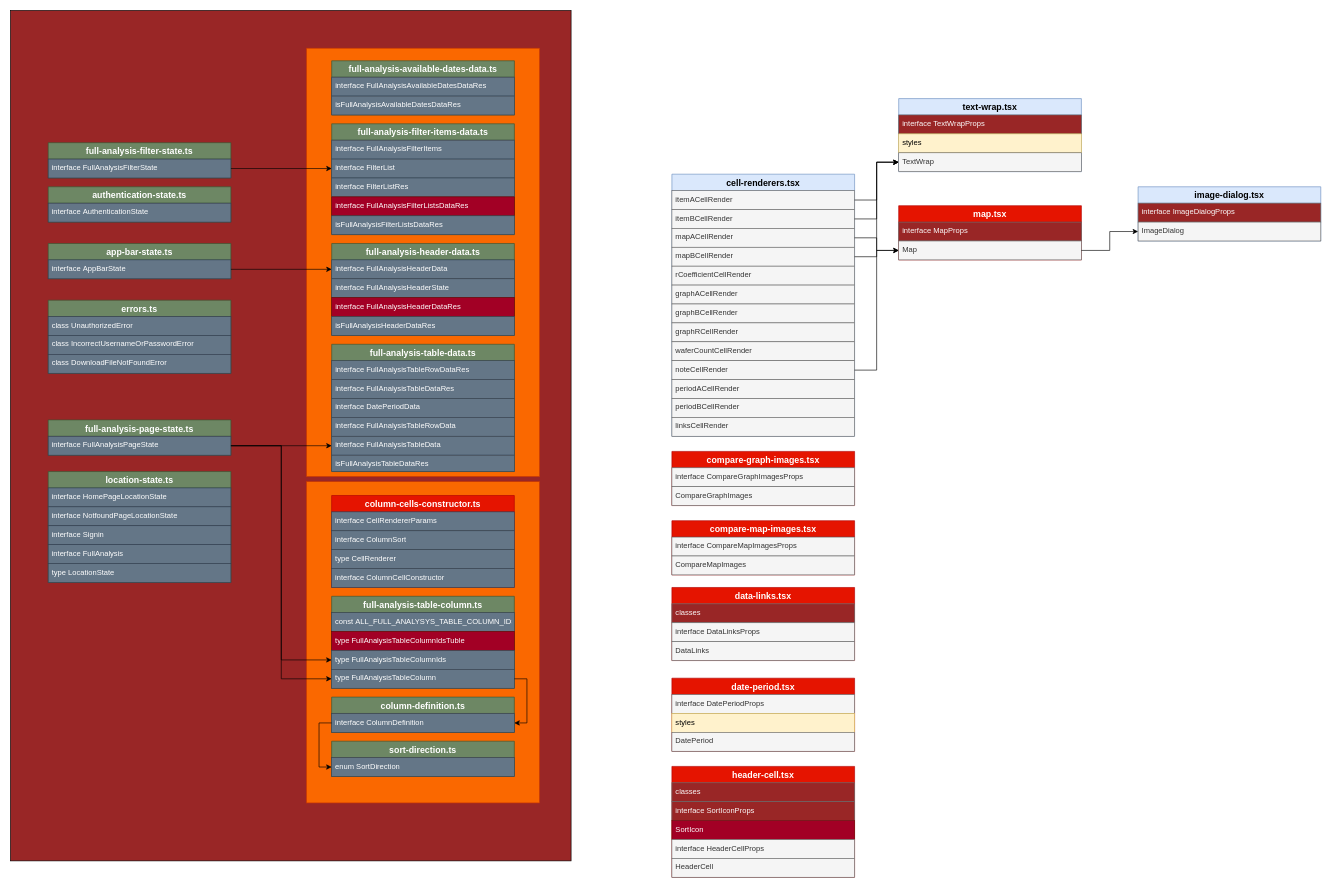
Before: extend_maplabo.drawio in prangk/cat, a draw.io diagram. Source tidied: cells renumbered, new cells numbered last; positions are measured from the earlier drawing's top-left corner, leaving out a move shared by most shapes. Both pictures are drawn from the tidied source at 63%, with x=0, y=0 at pixel (10, 10).
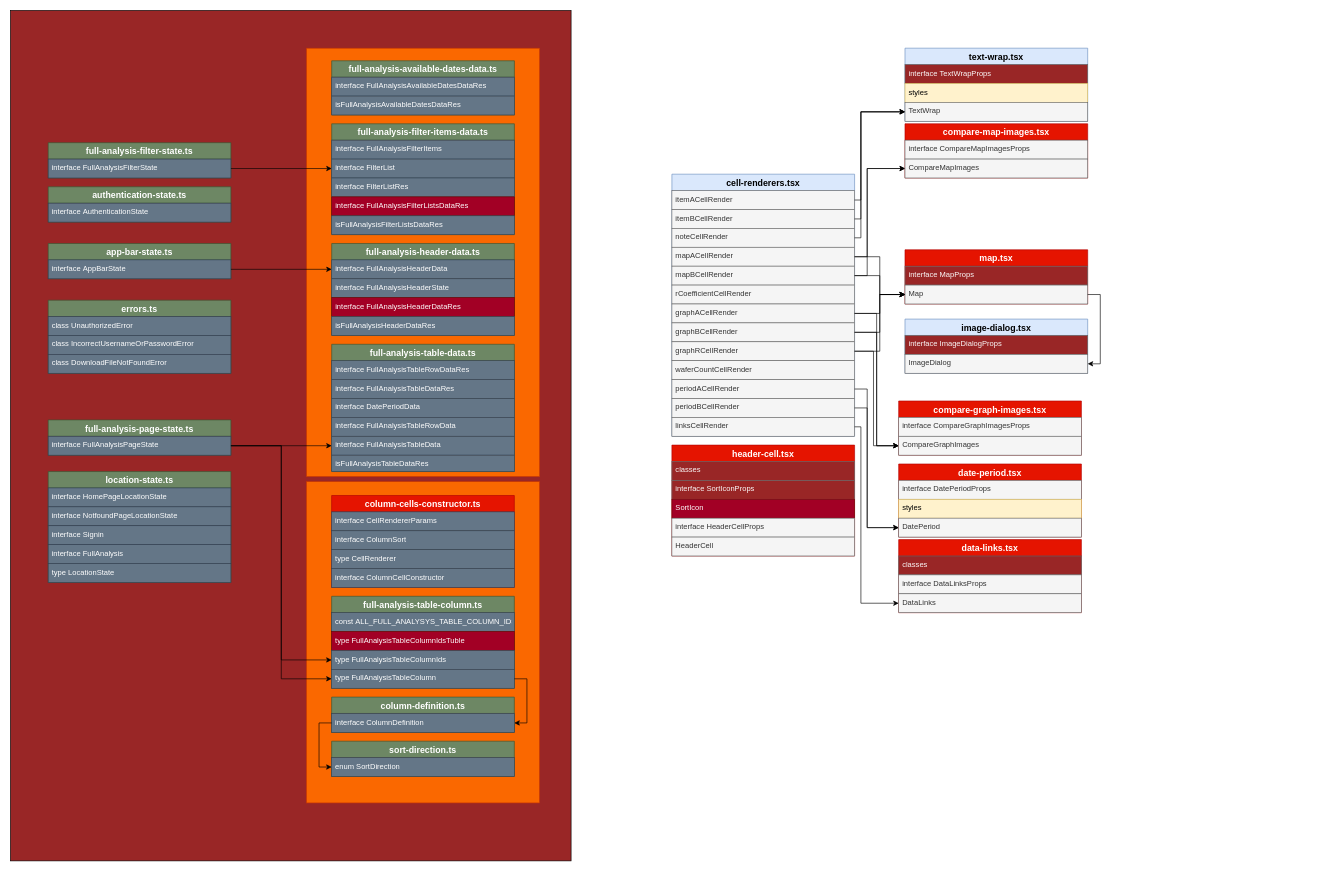
The same page after the edit.

The change refers to these unchanged cells:
```xml
<mxCell id="65" value="cell-renderers.tsx" style="swimlane;fontStyle=1;horizontal=1;startSize=26;align=center;fontSize=14;fillColor=#dae8fc;strokeColor=#6c8ebf;" parent="1" vertex="1">
  <mxGeometry x="1050" y="260" width="290" height="416" as="geometry" />
</mxCell>
<mxCell id="66" value="itemACellRender" style="text;strokeColor=#666666;spacingLeft=4;spacingRight=4;overflow=hidden;points=[[0,0.5],[1,0.5]];portConstraint=eastwest;fontSize=12;fillColor=#f5f5f5;fontColor=#333333;" parent="65" vertex="1">
  <mxGeometry y="26" width="290" height="30" as="geometry" />
</mxCell>
<mxCell id="67" value="itemBCellRender" style="text;strokeColor=#666666;spacingLeft=4;spacingRight=4;overflow=hidden;points=[[0,0.5],[1,0.5]];portConstraint=eastwest;fontSize=12;fillColor=#f5f5f5;fontColor=#333333;" parent="65" vertex="1">
  <mxGeometry y="56" width="290" height="30" as="geometry" />
</mxCell>
<mxCell id="76" value="periodACellRender" style="text;strokeColor=#666666;fillColor=#f5f5f5;spacingLeft=4;spacingRight=4;overflow=hidden;points=[[0,0.5],[1,0.5]];portConstraint=eastwest;fontSize=12;fontColor=#333333;" parent="65" vertex="1">
  <mxGeometry y="326" width="290" height="30" as="geometry" />
</mxCell>
<mxCell id="77" value="periodBCellRender" style="text;strokeColor=#666666;fillColor=#f5f5f5;spacingLeft=4;spacingRight=4;overflow=hidden;points=[[0,0.5],[1,0.5]];portConstraint=eastwest;fontSize=12;fontColor=#333333;" parent="65" vertex="1">
  <mxGeometry y="356" width="290" height="30" as="geometry" />
</mxCell>
<mxCell id="78" value="linksCellRender" style="text;strokeColor=#666666;fillColor=#f5f5f5;spacingLeft=4;spacingRight=4;overflow=hidden;points=[[0,0.5],[1,0.5]];portConstraint=eastwest;fontSize=12;fontColor=#333333;" parent="65" vertex="1">
  <mxGeometry y="386" width="290" height="30" as="geometry" />
</mxCell>
<mxCell id="81" value="CompareGraphImages" style="text;strokeColor=#666666;fillColor=#f5f5f5;spacingLeft=4;spacingRight=4;overflow=hidden;points=[[0,0.5],[1,0.5]];portConstraint=eastwest;fontSize=12;fontColor=#333333;" parent="79" vertex="1">
  <mxGeometry y="56" width="290" height="30" as="geometry" />
</mxCell>
<mxCell id="84" value="CompareMapImages" style="text;strokeColor=#666666;fillColor=#f5f5f5;spacingLeft=4;spacingRight=4;overflow=hidden;points=[[0,0.5],[1,0.5]];portConstraint=eastwest;fontSize=12;fontColor=#333333;" parent="82" vertex="1">
  <mxGeometry y="56" width="290" height="30" as="geometry" />
</mxCell>
<mxCell id="88" value="DataLinks" style="text;strokeColor=#666666;fillColor=#f5f5f5;spacingLeft=4;spacingRight=4;overflow=hidden;points=[[0,0.5],[1,0.5]];portConstraint=eastwest;fontSize=12;fontColor=#333333;" parent="85" vertex="1">
  <mxGeometry y="86" width="290" height="30" as="geometry" />
</mxCell>
<mxCell id="92" value="DatePeriod" style="text;strokeColor=#666666;fillColor=#f5f5f5;spacingLeft=4;spacingRight=4;overflow=hidden;points=[[0,0.5],[1,0.5]];portConstraint=eastwest;fontSize=12;fontColor=#333333;" parent="89" vertex="1">
  <mxGeometry y="86" width="290" height="30" as="geometry" />
</mxCell>
<mxCell id="108" value="TextWrap" style="text;strokeColor=#666666;fillColor=#f5f5f5;spacingLeft=4;spacingRight=4;overflow=hidden;points=[[0,0.5],[1,0.5]];portConstraint=eastwest;fontSize=12;fontColor=#333333;" parent="105" vertex="1">
  <mxGeometry y="86" width="290" height="30" as="geometry" />
</mxCell>
```

Diff of the diagram source:
```diff
@@
+    <mxCell id="75" value="noteCellRender" style="text;strokeColor=#666666;fillColor=#f5f5f5;spacingLeft=4;spacingRight=4;overflow=hidden;points=[[0,0.5],[1,0.5]];portConstraint=eastwest;fontSize=12;fontColor=#333333;" parent="65" vertex="1">
+      <mxGeometry y="86" width="290" height="30" as="geometry" />
+    </mxCell>
     <mxCell id="68" value="mapACellRender" style="text;strokeColor=#666666;fillColor=#f5f5f5;spacingLeft=4;spacingRight=4;overflow=hidden;points=[[0,0.5],[1,0.5]];portConstraint=eastwest;fontSize=12;fontColor=#333333;" parent="65" vertex="1">
-      <mxGeometry y="86" width="290" height="30" as="geometry" />
+      <mxGeometry y="116" width="290" height="30" as="geometry" />
     </mxCell>
     <mxCell id="69" value="mapBCellRender" style="text;strokeColor=#666666;fillColor=#f5f5f5;spacingLeft=4;spacingRight=4;overflow=hidden;points=[[0,0.5],[1,0.5]];portConstraint=eastwest;fontSize=12;fontColor=#333333;" parent="65" vertex="1">
-      <mxGeometry y="116" width="290" height="30" as="geometry" />
+      <mxGeometry y="146" width="290" height="30" as="geometry" />
     </mxCell>
     <mxCell id="70" value="rCoefficientCellRender" style="text;strokeColor=#666666;fillColor=#f5f5f5;spacingLeft=4;spacingRight=4;overflow=hidden;fontSize=12;fontColor=#333333;" parent="65" vertex="1">
-      <mxGeometry y="146" width="290" height="30" as="geometry" />
+      <mxGeometry y="176" width="290" height="30" as="geometry" />
     </mxCell>
     <mxCell id="71" value="graphACellRender" style="text;strokeColor=#666666;fillColor=#f5f5f5;spacingLeft=4;spacingRight=4;overflow=hidden;points=[[0,0.5],[1,0.5]];portConstraint=eastwest;fontSize=12;fontColor=#333333;" parent="65" vertex="1">
-      <mxGeometry y="176" width="290" height="30" as="geometry" />
+      <mxGeometry y="206" width="290" height="30" as="geometry" />
     </mxCell>
     <mxCell id="72" value="graphBCellRender" style="text;strokeColor=#666666;fillColor=#f5f5f5;spacingLeft=4;spacingRight=4;overflow=hidden;points=[[0,0.5],[1,0.5]];portConstraint=eastwest;fontSize=12;fontColor=#333333;" parent="65" vertex="1">
-      <mxGeometry y="206" width="290" height="30" as="geometry" />
+      <mxGeometry y="236" width="290" height="30" as="geometry" />
     </mxCell>
     <mxCell id="73" value="graphRCellRender" style="text;strokeColor=#666666;fillColor=#f5f5f5;spacingLeft=4;spacingRight=4;overflow=hidden;points=[[0,0.5],[1,0.5]];portConstraint=eastwest;fontSize=12;fontColor=#333333;" parent="65" vertex="1">
-      <mxGeometry y="236" width="290" height="30" as="geometry" />
+      <mxGeometry y="266" width="290" height="30" as="geometry" />
     </mxCell>
     <mxCell id="74" value="waferCountCellRender" style="text;strokeColor=#666666;fillColor=#f5f5f5;spacingLeft=4;spacingRight=4;overflow=hidden;fontSize=12;fontColor=#333333;" parent="65" vertex="1">
-      <mxGeometry y="266" width="290" height="30" as="geometry" />
+      <mxGeometry y="296" width="290" height="30" as="geometry" />
     </mxCell>
-    <mxCell id="75" value="noteCellRender" style="text;strokeColor=#666666;fillColor=#f5f5f5;spacingLeft=4;spacingRight=4;overflow=hidden;points=[[0,0.5],[1,0.5]];portConstraint=eastwest;fontSize=12;fontColor=#333333;" parent="65" vertex="1">
-      <mxGeometry y="296" width="290" height="30" as="geometry" />
-    </mxCell>
@@
     <mxCell id="79" value="compare-graph-images.tsx" style="swimlane;fontStyle=1;horizontal=1;startSize=26;align=center;fontSize=14;fillColor=#e51400;strokeColor=#B20000;fontColor=#ffffff;" parent="1" vertex="1">
-      <mxGeometry x="1050" y="700" width="290" height="86" as="geometry" />
+      <mxGeometry x="1410" y="620" width="290" height="86" as="geometry" />
     </mxCell>
@@
     <mxCell id="82" value="compare-map-images.tsx" style="swimlane;fontStyle=1;horizontal=1;startSize=26;align=center;fontSize=14;fillColor=#e51400;strokeColor=#B20000;fontColor=#ffffff;" parent="1" vertex="1">
-      <mxGeometry x="1050" y="810" width="290" height="86" as="geometry" />
+      <mxGeometry x="1420" y="180" width="290" height="86" as="geometry" />
     </mxCell>
@@
     <mxCell id="85" value="data-links.tsx" style="swimlane;fontStyle=1;horizontal=1;startSize=26;align=center;fontSize=14;fillColor=#e51400;strokeColor=#B20000;fontColor=#ffffff;" parent="1" vertex="1">
-      <mxGeometry x="1050" y="916" width="290" height="116" as="geometry" />
+      <mxGeometry x="1410" y="840" width="290" height="116" as="geometry" />
     </mxCell>
@@
     <mxCell id="89" value="date-period.tsx" style="swimlane;fontStyle=1;horizontal=1;startSize=26;align=center;fontSize=14;fillColor=#e51400;strokeColor=#B20000;fontColor=#ffffff;" parent="1" vertex="1">
-      <mxGeometry x="1050" y="1060" width="290" height="116" as="geometry" />
+      <mxGeometry x="1410" y="720" width="290" height="116" as="geometry" />
     </mxCell>
@@
     <mxCell id="93" value="header-cell.tsx" style="swimlane;fontStyle=1;horizontal=1;startSize=26;align=center;fontSize=14;fillColor=#e51400;strokeColor=#B20000;fontColor=#ffffff;" parent="1" vertex="1">
-      <mxGeometry x="1050" y="1200" width="290" height="176" as="geometry" />
+      <mxGeometry x="1050" y="690" width="290" height="176" as="geometry" />
     </mxCell>
@@
-    <mxCell id="99" value="image-dialog.tsx" style="swimlane;fontStyle=1;horizontal=1;startSize=26;align=center;fontSize=14;fillColor=#dae8fc;strokeColor=#6c8ebf;" parent="1" vertex="1">
-      <mxGeometry x="1790" y="280" width="290" height="86" as="geometry" />
-    </mxCell>
-    <mxCell id="100" value="interface ImageDialogProps" style="text;strokeColor=#666666;spacingLeft=4;spacingRight=4;overflow=hidden;fontSize=12;fillColor=#992626;fontColor=#FCFCFC;" parent="99" vertex="1">
-      <mxGeometry y="26" width="290" height="30" as="geometry" />
-    </mxCell>
-    <mxCell id="101" value="ImageDialog" style="text;strokeColor=#666666;fillColor=#f5f5f5;spacingLeft=4;spacingRight=4;overflow=hidden;points=[[0,0.5],[1,0.5]];portConstraint=eastwest;fontSize=12;fontColor=#333333;" parent="99" vertex="1">
-      <mxGeometry y="56" width="290" height="30" as="geometry" />
-    </mxCell>
-    <mxCell id="102" value="map.tsx" style="swimlane;fontStyle=1;horizontal=1;startSize=26;align=center;fontSize=14;fillColor=#e51400;strokeColor=#B20000;fontColor=#ffffff;" parent="1" vertex="1">
-      <mxGeometry x="1410" y="310" width="290" height="86" as="geometry" />
-    </mxCell>
-    <mxCell id="103" value="interface MapProps" style="text;strokeColor=#666666;spacingLeft=4;spacingRight=4;overflow=hidden;fontSize=12;fillColor=#992626;fontColor=#FCFCFC;" parent="102" vertex="1">
-      <mxGeometry y="26" width="290" height="30" as="geometry" />
-    </mxCell>
-    <mxCell id="104" value="Map" style="text;strokeColor=#666666;fillColor=#f5f5f5;spacingLeft=4;spacingRight=4;overflow=hidden;points=[[0,0.5],[1,0.5]];portConstraint=eastwest;fontSize=12;fontColor=#333333;" parent="102" vertex="1">
-      <mxGeometry y="56" width="290" height="30" as="geometry" />
-    </mxCell>
     <mxCell id="105" value="text-wrap.tsx" style="swimlane;fontStyle=1;horizontal=1;startSize=26;align=center;fontSize=14;fillColor=#dae8fc;strokeColor=#6c8ebf;" parent="1" vertex="1">
-      <mxGeometry x="1410" y="140" width="290" height="116" as="geometry" />
+      <mxGeometry x="1420" y="60" width="290" height="116" as="geometry" />
     </mxCell>
@@
     <mxCell id="109" style="edgeStyle=orthogonalEdgeStyle;rounded=0;jettySize=auto;html=1;entryX=0;entryY=0.5;entryDx=0;entryDy=0;" parent="1" edge="1" source="66" target="108">
-      <mxGeometry relative="1" as="geometry" />
+      <mxGeometry relative="1" as="geometry">
+        <Array as="points">
+          <mxPoint x="1350" y="301" />
+          <mxPoint x="1350" y="161" />
+        </Array>
+      </mxGeometry>
     </mxCell>
     <mxCell id="110" style="edgeStyle=orthogonalEdgeStyle;rounded=0;jettySize=auto;html=1;" parent="1" edge="1" source="67" target="108">
-      <mxGeometry relative="1" as="geometry" />
+      <mxGeometry relative="1" as="geometry">
+        <Array as="points">
+          <mxPoint x="1350" y="331" />
+          <mxPoint x="1350" y="161" />
+        </Array>
+      </mxGeometry>
     </mxCell>
     <mxCell id="111" style="edgeStyle=orthogonalEdgeStyle;rounded=0;jettySize=auto;html=1;" parent="1" edge="1" source="75" target="108">
-      <mxGeometry relative="1" as="geometry" />
+      <mxGeometry relative="1" as="geometry">
+        <Array as="points">
+          <mxPoint x="1350" y="361" />
+          <mxPoint x="1350" y="161" />
+        </Array>
+      </mxGeometry>
     </mxCell>
-    <mxCell id="112" style="edgeStyle=orthogonalEdgeStyle;rounded=0;jettySize=auto;html=1;entryX=0;entryY=0.5;entryDx=0;entryDy=0;" parent="1" edge="1" source="104" target="101">
-      <mxGeometry relative="1" as="geometry" />
-    </mxCell>
+    <mxCell id="115" style="edgeStyle=orthogonalEdgeStyle;rounded=0;jettySize=auto;html=1;" parent="1" edge="1" source="76" target="92">
+      <mxGeometry relative="1" as="geometry">
+        <Array as="points">
+          <mxPoint x="1360" y="601" />
+          <mxPoint x="1360" y="821" />
+        </Array>
+      </mxGeometry>
+    </mxCell>
+    <mxCell id="116" style="edgeStyle=orthogonalEdgeStyle;rounded=0;jettySize=auto;html=1;" parent="1" edge="1" source="77" target="92">
+      <mxGeometry relative="1" as="geometry">
+        <Array as="points">
+          <mxPoint x="1360" y="631" />
+          <mxPoint x="1360" y="821" />
+        </Array>
+      </mxGeometry>
+    </mxCell>
+    <mxCell id="117" style="edgeStyle=orthogonalEdgeStyle;rounded=0;jettySize=auto;html=1;" parent="1" edge="1" source="68" target="84">
+      <mxGeometry relative="1" as="geometry">
+        <Array as="points">
+          <mxPoint x="1360" y="391" />
+          <mxPoint x="1360" y="251" />
+        </Array>
+      </mxGeometry>
+    </mxCell>
+    <mxCell id="118" style="edgeStyle=orthogonalEdgeStyle;rounded=0;jettySize=auto;html=1;" parent="1" edge="1" source="69" target="84">
+      <mxGeometry relative="1" as="geometry">
+        <Array as="points">
+          <mxPoint x="1360" y="421" />
+          <mxPoint x="1360" y="251" />
+        </Array>
+      </mxGeometry>
+    </mxCell>
+    <mxCell id="119" style="edgeStyle=orthogonalEdgeStyle;rounded=0;jettySize=auto;html=1;" parent="1" edge="1" source="71" target="81">
+      <mxGeometry relative="1" as="geometry" />
+    </mxCell>
+    <mxCell id="120" style="edgeStyle=orthogonalEdgeStyle;rounded=0;jettySize=auto;html=1;" parent="1" edge="1" source="72" target="81">
+      <mxGeometry relative="1" as="geometry" />
+    </mxCell>
+    <mxCell id="121" style="edgeStyle=orthogonalEdgeStyle;rounded=0;jettySize=auto;html=1;" parent="1" edge="1" source="73" target="81">
+      <mxGeometry relative="1" as="geometry">
+        <Array as="points">
+          <mxPoint x="1370" y="541" />
+          <mxPoint x="1370" y="691" />
+        </Array>
+      </mxGeometry>
+    </mxCell>
+    <mxCell id="122" style="edgeStyle=orthogonalEdgeStyle;rounded=0;jettySize=auto;html=1;entryX=0;entryY=0.5;entryDx=0;entryDy=0;" parent="1" edge="1" source="78" target="88">
+      <mxGeometry relative="1" as="geometry">
+        <Array as="points">
+          <mxPoint x="1350" y="661" />
+          <mxPoint x="1350" y="941" />
+        </Array>
+      </mxGeometry>
+    </mxCell>
+    <mxCell id="123" style="group;" parent="1" vertex="1">
+      <mxGeometry x="1310" y="336" width="290" height="86" as="geometry" />
+    </mxCell>
+    <mxCell id="102" value="map.tsx" style="swimlane;fontStyle=1;horizontal=1;startSize=26;align=center;fontSize=14;fillColor=#e51400;strokeColor=#B20000;fontColor=#ffffff;" parent="123" vertex="1">
+      <mxGeometry x="110" y="44" width="290" height="86" as="geometry" />
+    </mxCell>
+    <mxCell id="103" value="interface MapProps" style="text;strokeColor=#666666;spacingLeft=4;spacingRight=4;overflow=hidden;fontSize=12;fillColor=#992626;fontColor=#FCFCFC;" parent="102" vertex="1">
+      <mxGeometry y="26" width="290" height="30" as="geometry" />
+    </mxCell>
+    <mxCell id="104" value="Map" style="text;strokeColor=#666666;fillColor=#f5f5f5;spacingLeft=4;spacingRight=4;overflow=hidden;points=[[0,0.5],[1,0.5]];portConstraint=eastwest;fontSize=12;fontColor=#333333;" parent="102" vertex="1">
+      <mxGeometry y="56" width="290" height="30" as="geometry" />
+    </mxCell>
+    <mxCell id="99" value="image-dialog.tsx" style="swimlane;fontStyle=1;horizontal=1;startSize=26;align=center;fontSize=14;fillColor=#dae8fc;strokeColor=#6c8ebf;" parent="1" vertex="1">
+      <mxGeometry x="1420" y="490" width="290" height="86" as="geometry" />
+    </mxCell>
+    <mxCell id="100" value="interface ImageDialogProps" style="text;strokeColor=#666666;spacingLeft=4;spacingRight=4;overflow=hidden;fontSize=12;fillColor=#992626;fontColor=#FCFCFC;" parent="99" vertex="1">
+      <mxGeometry y="26" width="290" height="30" as="geometry" />
+    </mxCell>
+    <mxCell id="101" value="ImageDialog" style="text;strokeColor=#666666;fillColor=#f5f5f5;spacingLeft=4;spacingRight=4;overflow=hidden;points=[[0,0.5],[1,0.5]];portConstraint=eastwest;fontSize=12;fontColor=#333333;" parent="99" vertex="1">
+      <mxGeometry y="56" width="290" height="30" as="geometry" />
+    </mxCell>
+    <mxCell id="124" style="edgeStyle=orthogonalEdgeStyle;rounded=0;jettySize=auto;html=1;" parent="1" edge="1" source="71" target="104">
+      <mxGeometry relative="1" as="geometry" />
+    </mxCell>
+    <mxCell id="125" style="edgeStyle=orthogonalEdgeStyle;rounded=0;jettySize=auto;html=1;" parent="1" edge="1" source="72" target="104">
+      <mxGeometry relative="1" as="geometry" />
+    </mxCell>
+    <mxCell id="126" style="edgeStyle=orthogonalEdgeStyle;rounded=0;jettySize=auto;html=1;" parent="1" edge="1" source="73" target="104">
+      <mxGeometry relative="1" as="geometry" />
+    </mxCell>
@@
+    <mxCell id="112" style="edgeStyle=orthogonalEdgeStyle;rounded=0;jettySize=auto;html=1;entryX=1;entryY=0.5;entryDx=0;entryDy=0;" parent="1" edge="1" source="104" target="101">
+      <mxGeometry relative="1" as="geometry">
+        <Array as="points">
+          <mxPoint x="1730" y="451" />
+          <mxPoint x="1730" y="561" />
+        </Array>
+      </mxGeometry>
+    </mxCell>
```
